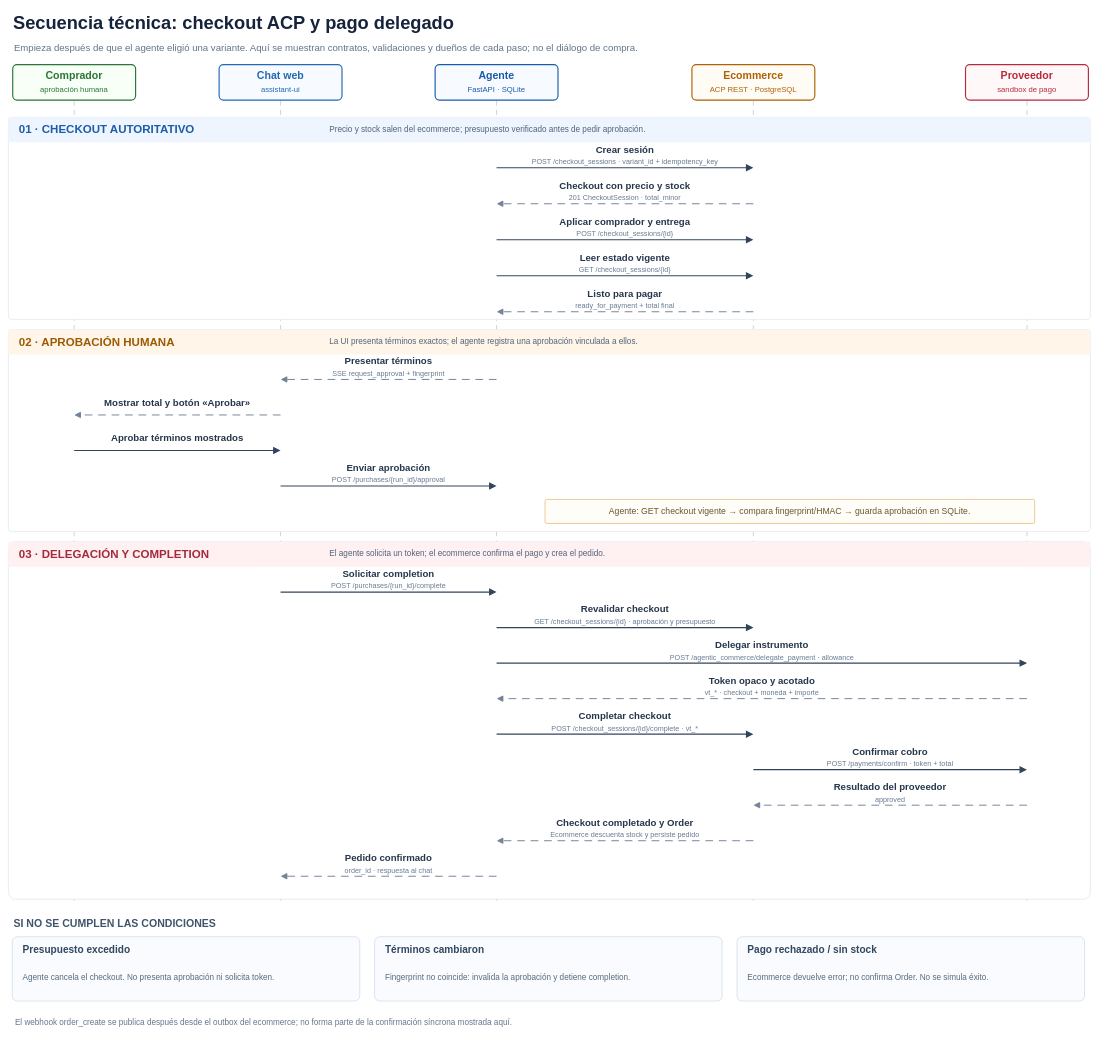
Before: docs/diagrams/checkout-protocol-sequence.drawio in Tesis-Agentes-Comerciales/tesis-commerce-agent, a draw.io diagram. Source tidied: cells renumbered, new cells numbered last; positions are measured from the earlier drawing's top-left corner, leaving out a move shared by most shapes. Both pictures are drawn from the tidied source at 48%, with x=0, y=0 at pixel (8, 8).
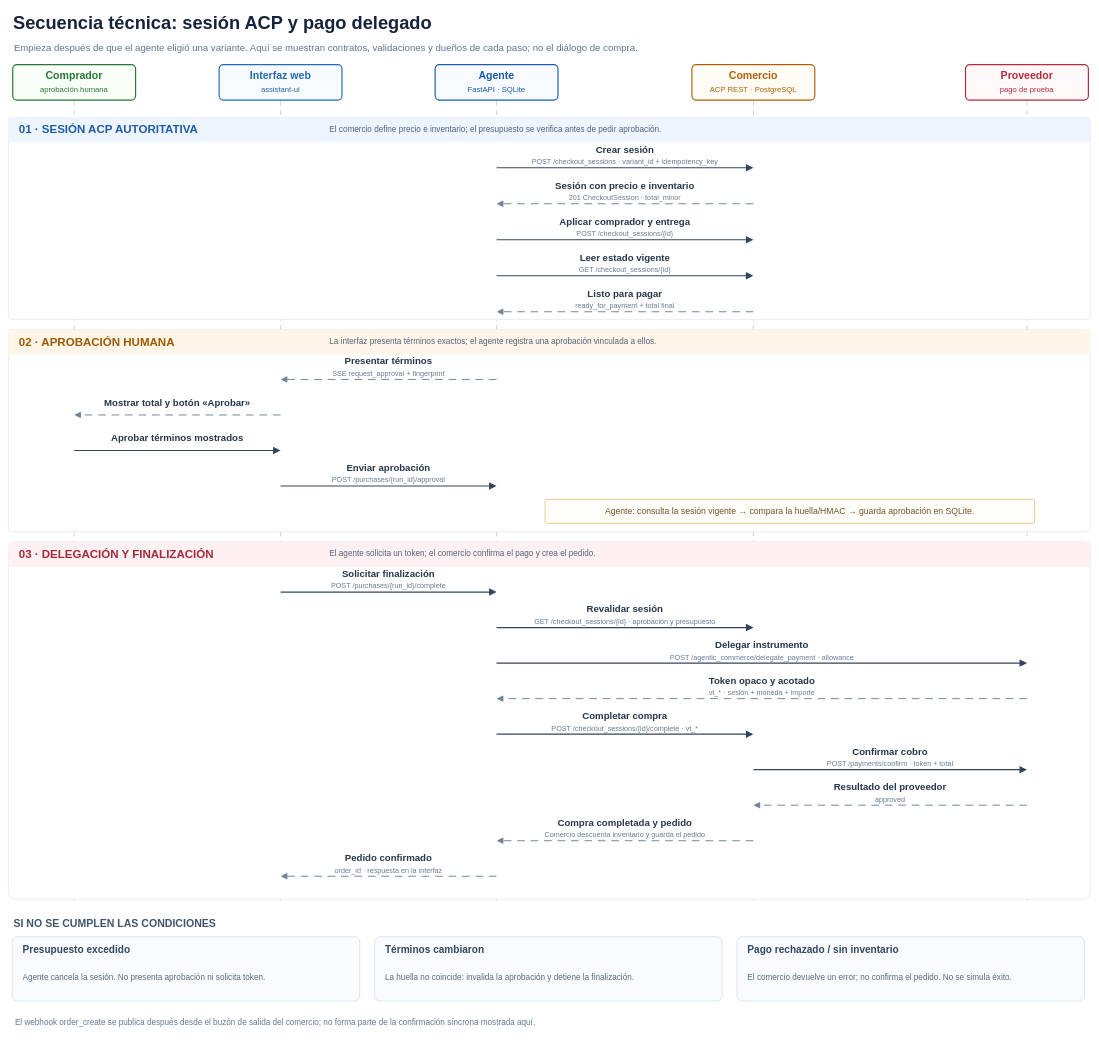
The same diagram, later.

Change to the diagram source:
```diff
@@
-    <mxCell id="2" value="&lt;b&gt;Secuencia técnica: checkout ACP y pago delegado&lt;/b&gt;" style="text;html=1;whiteSpace=wrap;fillColor=none;strokeColor=none;align=left;verticalAlign=middle;fontFamily=Helvetica;fontSize=38;fontColor=#15243a;" parent="1" vertex="1">
+    <mxCell id="2" value="&lt;b&gt;Secuencia técnica: sesión ACP y pago delegado&lt;/b&gt;" style="text;html=1;whiteSpace=wrap;fillColor=none;strokeColor=none;align=left;verticalAlign=middle;fontFamily=Helvetica;fontSize=38;fontColor=#15243a;" parent="1" vertex="1">
       <mxGeometry x="8" width="2100" height="59" as="geometry" />
     </mxCell>
@@
-    <mxCell id="10" value="&lt;b&gt;Chat web&lt;/b&gt;&lt;br/&gt;&lt;font style=&quot;font-size:16px&quot;&gt;assistant-ui&lt;/font&gt;" style="rounded=1;arcSize=12;html=1;whiteSpace=wrap;align=center;verticalAlign=middle;strokeColor=#2269b3;strokeWidth=2.4;fillColor=#f7fbff;fontColor=#2269b3;fontSize=22;fontFamily=Helvetica;" parent="1" vertex="1">
+    <mxCell id="10" value="&lt;b&gt;Interfaz web&lt;/b&gt;&lt;br/&gt;&lt;font style=&quot;font-size:16px&quot;&gt;assistant-ui&lt;/font&gt;" style="rounded=1;arcSize=12;html=1;whiteSpace=wrap;align=center;verticalAlign=middle;strokeColor=#2269b3;strokeWidth=2.4;fillColor=#f7fbff;fontColor=#2269b3;fontSize=22;fontFamily=Helvetica;" parent="1" vertex="1">
       <mxGeometry x="439" y="117" width="256" height="74" as="geometry" />
     </mxCell>
@@
-    <mxCell id="12" value="&lt;b&gt;Ecommerce&lt;/b&gt;&lt;br/&gt;&lt;font style=&quot;font-size:16px&quot;&gt;ACP REST · PostgreSQL&lt;/font&gt;" style="rounded=1;arcSize=12;html=1;whiteSpace=wrap;align=center;verticalAlign=middle;strokeColor=#ae6205;strokeWidth=2.4;fillColor=#fffbf5;fontColor=#ae6205;fontSize=22;fontFamily=Helvetica;" parent="1" vertex="1">
+    <mxCell id="12" value="&lt;b&gt;Comercio&lt;/b&gt;&lt;br/&gt;&lt;font style=&quot;font-size:16px&quot;&gt;ACP REST · PostgreSQL&lt;/font&gt;" style="rounded=1;arcSize=12;html=1;whiteSpace=wrap;align=center;verticalAlign=middle;strokeColor=#ae6205;strokeWidth=2.4;fillColor=#fffbf5;fontColor=#ae6205;fontSize=22;fontFamily=Helvetica;" parent="1" vertex="1">
       <mxGeometry x="1424" y="117" width="256" height="74" as="geometry" />
     </mxCell>
-    <mxCell id="13" value="&lt;b&gt;Proveedor&lt;/b&gt;&lt;br/&gt;&lt;font style=&quot;font-size:16px&quot;&gt;sandbox de pago&lt;/font&gt;" style="rounded=1;arcSize=12;html=1;whiteSpace=wrap;align=center;verticalAlign=middle;strokeColor=#b52b3d;strokeWidth=2.4;fillColor=#fff8f9;fontColor=#b52b3d;fontSize=22;fontFamily=Helvetica;" parent="1" vertex="1">
+    <mxCell id="13" value="&lt;b&gt;Proveedor&lt;/b&gt;&lt;br/&gt;&lt;font style=&quot;font-size:16px&quot;&gt;pago de prueba&lt;/font&gt;" style="rounded=1;arcSize=12;html=1;whiteSpace=wrap;align=center;verticalAlign=middle;strokeColor=#b52b3d;strokeWidth=2.4;fillColor=#fff8f9;fontColor=#b52b3d;fontSize=22;fontFamily=Helvetica;" parent="1" vertex="1">
       <mxGeometry x="1994" y="117" width="256" height="74" as="geometry" />
     </mxCell>
@@
-    <mxCell id="16" value="&lt;b&gt;01 · CHECKOUT AUTORITATIVO&lt;/b&gt;" style="text;html=1;whiteSpace=wrap;fillColor=none;strokeColor=none;align=left;verticalAlign=middle;fontFamily=Helvetica;fontSize=24;fontColor=#1d5ca8;" parent="1" vertex="1">
+    <mxCell id="16" value="&lt;b&gt;01 · SESIÓN ACP AUTORITATIVA&lt;/b&gt;" style="text;html=1;whiteSpace=wrap;fillColor=none;strokeColor=none;align=left;verticalAlign=middle;fontFamily=Helvetica;fontSize=24;fontColor=#1d5ca8;" parent="1" vertex="1">
       <mxGeometry x="20" y="234" width="650" height="38" as="geometry" />
     </mxCell>
-    <mxCell id="17" value="Precio y stock salen del ecommerce; presupuesto verificado antes de pedir aprobación." style="text;html=1;whiteSpace=wrap;fillColor=none;strokeColor=none;align=left;verticalAlign=middle;fontFamily=Helvetica;fontSize=17;fontColor=#50647a;" parent="1" vertex="1">
+    <mxCell id="17" value="El comercio define precio e inventario; el presupuesto se verifica antes de pedir aprobación." style="text;html=1;whiteSpace=wrap;fillColor=none;strokeColor=none;align=left;verticalAlign=middle;fontFamily=Helvetica;fontSize=17;fontColor=#50647a;" parent="1" vertex="1">
       <mxGeometry x="667" y="235" width="1550" height="35" as="geometry" />
     </mxCell>
@@
-    <mxCell id="21" value="La UI presenta términos exactos; el agente registra una aprobación vinculada a ellos." style="text;html=1;whiteSpace=wrap;fillColor=none;strokeColor=none;align=left;verticalAlign=middle;fontFamily=Helvetica;fontSize=17;fontColor=#50647a;" parent="1" vertex="1">
+    <mxCell id="21" value="La interfaz presenta términos exactos; el agente registra una aprobación vinculada a ellos." style="text;html=1;whiteSpace=wrap;fillColor=none;strokeColor=none;align=left;verticalAlign=middle;fontFamily=Helvetica;fontSize=17;fontColor=#50647a;" parent="1" vertex="1">
       <mxGeometry x="667" y="677" width="1550" height="35" as="geometry" />
     </mxCell>
@@
-    <mxCell id="24" value="&lt;b&gt;03 · DELEGACIÓN Y COMPLETION&lt;/b&gt;" style="text;html=1;whiteSpace=wrap;fillColor=none;strokeColor=none;align=left;verticalAlign=middle;fontFamily=Helvetica;fontSize=24;fontColor=#a42a3b;" parent="1" vertex="1">
+    <mxCell id="24" value="&lt;b&gt;03 · DELEGACIÓN Y FINALIZACIÓN&lt;/b&gt;" style="text;html=1;whiteSpace=wrap;fillColor=none;strokeColor=none;align=left;verticalAlign=middle;fontFamily=Helvetica;fontSize=24;fontColor=#a42a3b;" parent="1" vertex="1">
       <mxGeometry x="20" y="1118" width="650" height="38" as="geometry" />
     </mxCell>
-    <mxCell id="25" value="El agente solicita un token; el ecommerce confirma el pago y crea el pedido." style="text;html=1;whiteSpace=wrap;fillColor=none;strokeColor=none;align=left;verticalAlign=middle;fontFamily=Helvetica;fontSize=17;fontColor=#50647a;" parent="1" vertex="1">
+    <mxCell id="25" value="El agente solicita un token; el comercio confirma el pago y crea el pedido." style="text;html=1;whiteSpace=wrap;fillColor=none;strokeColor=none;align=left;verticalAlign=middle;fontFamily=Helvetica;fontSize=17;fontColor=#50647a;" parent="1" vertex="1">
       <mxGeometry x="667" y="1119" width="1550" height="35" as="geometry" />
     </mxCell>
@@
-    <mxCell id="29" value="&lt;b&gt;Checkout con precio y stock&lt;/b&gt;&lt;br/&gt;&lt;font style=&quot;font-size:15px;color:#687b91&quot;&gt;201 CheckoutSession · total_minor&lt;/font&gt;" style="text;html=1;whiteSpace=wrap;fillColor=none;strokeColor=none;align=center;verticalAlign=middle;fontFamily=Helvetica;fontSize=20;fontColor=#26364b;" parent="1" vertex="1">
+    <mxCell id="29" value="&lt;b&gt;Sesión con precio e inventario&lt;/b&gt;&lt;br/&gt;&lt;font style=&quot;font-size:15px;color:#687b91&quot;&gt;201 CheckoutSession · total_minor&lt;/font&gt;" style="text;html=1;whiteSpace=wrap;fillColor=none;strokeColor=none;align=center;verticalAlign=middle;fontFamily=Helvetica;fontSize=20;fontColor=#26364b;" parent="1" vertex="1">
       <mxGeometry x="1032" y="358" width="505" height="44" as="geometry" />
     </mxCell>
@@
-    <mxCell id="44" value="Agente: GET checkout vigente → compara fingerprint/HMAC → guarda aprobación en SQLite." style="rounded=1;arcSize=6;html=1;whiteSpace=wrap;align=center;verticalAlign=middle;strokeColor=#e8bd7a;strokeWidth=1.6;fillColor=#fffdf7;fontColor=#69552f;fontSize=18;fontFamily=Helvetica;" parent="1" vertex="1">
+    <mxCell id="44" value="Agente: consulta la sesión vigente → compara la huella/HMAC → guarda aprobación en SQLite." style="rounded=1;arcSize=6;html=1;whiteSpace=wrap;align=center;verticalAlign=middle;strokeColor=#e8bd7a;strokeWidth=1.6;fillColor=#fffdf7;fontColor=#69552f;fontSize=18;fontFamily=Helvetica;" parent="1" vertex="1">
       <mxGeometry x="1118" y="1023" width="1020" height="50" as="geometry" />
     </mxCell>
@@
-    <mxCell id="46" value="&lt;b&gt;Solicitar completion&lt;/b&gt;&lt;br/&gt;&lt;font style=&quot;font-size:15px;color:#687b91&quot;&gt;POST /purchases/{run_id}/complete&lt;/font&gt;" style="text;html=1;whiteSpace=wrap;fillColor=none;strokeColor=none;align=center;verticalAlign=middle;fontFamily=Helvetica;fontSize=20;fontColor=#26364b;" parent="1" vertex="1">
+    <mxCell id="46" value="&lt;b&gt;Solicitar finalización&lt;/b&gt;&lt;br/&gt;&lt;font style=&quot;font-size:15px;color:#687b91&quot;&gt;POST /purchases/{run_id}/complete&lt;/font&gt;" style="text;html=1;whiteSpace=wrap;fillColor=none;strokeColor=none;align=center;verticalAlign=middle;fontFamily=Helvetica;fontSize=20;fontColor=#26364b;" parent="1" vertex="1">
       <mxGeometry x="582" y="1167" width="420" height="44" as="geometry" />
     </mxCell>
@@
-    <mxCell id="48" value="&lt;b&gt;Revalidar checkout&lt;/b&gt;&lt;br/&gt;&lt;font style=&quot;font-size:15px;color:#687b91&quot;&gt;GET /checkout_sessions/{id} · aprobación y presupuesto&lt;/font&gt;" style="text;html=1;whiteSpace=wrap;fillColor=none;strokeColor=none;align=center;verticalAlign=middle;fontFamily=Helvetica;fontSize=20;fontColor=#26364b;" parent="1" vertex="1">
+    <mxCell id="48" value="&lt;b&gt;Revalidar sesión&lt;/b&gt;&lt;br/&gt;&lt;font style=&quot;font-size:15px;color:#687b91&quot;&gt;GET /checkout_sessions/{id} · aprobación y presupuesto&lt;/font&gt;" style="text;html=1;whiteSpace=wrap;fillColor=none;strokeColor=none;align=center;verticalAlign=middle;fontFamily=Helvetica;fontSize=20;fontColor=#26364b;" parent="1" vertex="1">
       <mxGeometry x="1032" y="1241" width="505" height="44" as="geometry" />
     </mxCell>
@@
-    <mxCell id="52" value="&lt;b&gt;Token opaco y acotado&lt;/b&gt;&lt;br/&gt;&lt;font style=&quot;font-size:15px;color:#687b91&quot;&gt;vt_* · checkout + moneda + importe&lt;/font&gt;" style="text;html=1;whiteSpace=wrap;fillColor=none;strokeColor=none;align=center;verticalAlign=middle;fontFamily=Helvetica;fontSize=20;fontColor=#26364b;" parent="1" vertex="1">
+    <mxCell id="52" value="&lt;b&gt;Token opaco y acotado&lt;/b&gt;&lt;br/&gt;&lt;font style=&quot;font-size:15px;color:#687b91&quot;&gt;vt_* · sesión + moneda + importe&lt;/font&gt;" style="text;html=1;whiteSpace=wrap;fillColor=none;strokeColor=none;align=center;verticalAlign=middle;fontFamily=Helvetica;fontSize=20;fontColor=#26364b;" parent="1" vertex="1">
       <mxGeometry x="1224.5" y="1389" width="690" height="44" as="geometry" />
     </mxCell>
@@
-    <mxCell id="54" value="&lt;b&gt;Completar checkout&lt;/b&gt;&lt;br/&gt;&lt;font style=&quot;font-size:15px;color:#687b91&quot;&gt;POST /checkout_sessions/{id}/complete · vt_*&lt;/font&gt;" style="text;html=1;whiteSpace=wrap;fillColor=none;strokeColor=none;align=center;verticalAlign=middle;fontFamily=Helvetica;fontSize=20;fontColor=#26364b;" parent="1" vertex="1">
+    <mxCell id="54" value="&lt;b&gt;Completar compra&lt;/b&gt;&lt;br/&gt;&lt;font style=&quot;font-size:15px;color:#687b91&quot;&gt;POST /checkout_sessions/{id}/complete · vt_*&lt;/font&gt;" style="text;html=1;whiteSpace=wrap;fillColor=none;strokeColor=none;align=center;verticalAlign=middle;fontFamily=Helvetica;fontSize=20;fontColor=#26364b;" parent="1" vertex="1">
       <mxGeometry x="1032" y="1463" width="505" height="44" as="geometry" />
     </mxCell>
@@
-    <mxCell id="60" value="&lt;b&gt;Checkout completado y Order&lt;/b&gt;&lt;br/&gt;&lt;font style=&quot;font-size:15px;color:#687b91&quot;&gt;Ecommerce descuenta stock y persiste pedido&lt;/font&gt;" style="text;html=1;whiteSpace=wrap;fillColor=none;strokeColor=none;align=center;verticalAlign=middle;fontFamily=Helvetica;fontSize=20;fontColor=#26364b;" parent="1" vertex="1">
+    <mxCell id="60" value="&lt;b&gt;Compra completada y pedido&lt;/b&gt;&lt;br/&gt;&lt;font style=&quot;font-size:15px;color:#687b91&quot;&gt;Comercio descuenta inventario y guarda el pedido&lt;/font&gt;" style="text;html=1;whiteSpace=wrap;fillColor=none;strokeColor=none;align=center;verticalAlign=middle;fontFamily=Helvetica;fontSize=20;fontColor=#26364b;" parent="1" vertex="1">
       <mxGeometry x="1032" y="1685" width="505" height="44" as="geometry" />
     </mxCell>
@@
-    <mxCell id="62" value="&lt;b&gt;Pedido confirmado&lt;/b&gt;&lt;br/&gt;&lt;font style=&quot;font-size:15px;color:#687b91&quot;&gt;order_id · respuesta al chat&lt;/font&gt;" style="text;html=1;whiteSpace=wrap;fillColor=none;strokeColor=none;align=center;verticalAlign=middle;fontFamily=Helvetica;fontSize=20;fontColor=#26364b;" parent="1" vertex="1">
+    <mxCell id="62" value="&lt;b&gt;Pedido confirmado&lt;/b&gt;&lt;br/&gt;&lt;font style=&quot;font-size:15px;color:#687b91&quot;&gt;order_id · respuesta en la interfaz&lt;/font&gt;" style="text;html=1;whiteSpace=wrap;fillColor=none;strokeColor=none;align=center;verticalAlign=middle;fontFamily=Helvetica;fontSize=20;fontColor=#26364b;" parent="1" vertex="1">
       <mxGeometry x="582" y="1759" width="420" height="44" as="geometry" />
     </mxCell>
@@
-    <mxCell id="66" value="Agente cancela el checkout. No presenta aprobación ni solicita token." style="text;html=1;whiteSpace=wrap;fillColor=none;strokeColor=none;align=left;verticalAlign=middle;fontFamily=Helvetica;fontSize=17;fontColor=#586b7d;" parent="1" vertex="1">
+    <mxCell id="66" value="Agente cancela la sesión. No presenta aprobación ni solicita token." style="text;html=1;whiteSpace=wrap;fillColor=none;strokeColor=none;align=left;verticalAlign=middle;fontFamily=Helvetica;fontSize=17;fontColor=#586b7d;" parent="1" vertex="1">
       <mxGeometry x="28" y="1983" width="680" height="72" as="geometry" />
     </mxCell>
@@
-    <mxCell id="69" value="Fingerprint no coincide: invalida la aprobación y detiene completion." style="text;html=1;whiteSpace=wrap;fillColor=none;strokeColor=none;align=left;verticalAlign=middle;fontFamily=Helvetica;fontSize=17;fontColor=#586b7d;" parent="1" vertex="1">
+    <mxCell id="69" value="La huella no coincide: invalida la aprobación y detiene la finalización." style="text;html=1;whiteSpace=wrap;fillColor=none;strokeColor=none;align=left;verticalAlign=middle;fontFamily=Helvetica;fontSize=17;fontColor=#586b7d;" parent="1" vertex="1">
       <mxGeometry x="783" y="1983" width="680" height="72" as="geometry" />
     </mxCell>
@@
-    <mxCell id="71" value="&lt;b&gt;Pago rechazado / sin stock&lt;/b&gt;" style="text;html=1;whiteSpace=wrap;fillColor=none;strokeColor=none;align=left;verticalAlign=middle;fontFamily=Helvetica;fontSize=21;fontColor=#304860;" parent="1" vertex="1">
+    <mxCell id="71" value="&lt;b&gt;Pago rechazado / sin inventario&lt;/b&gt;" style="text;html=1;whiteSpace=wrap;fillColor=none;strokeColor=none;align=left;verticalAlign=middle;fontFamily=Helvetica;fontSize=21;fontColor=#304860;" parent="1" vertex="1">
       <mxGeometry x="1538" y="1946" width="680" height="30" as="geometry" />
     </mxCell>
-    <mxCell id="72" value="Ecommerce devuelve error; no confirma Order. No se simula éxito." style="text;html=1;whiteSpace=wrap;fillColor=none;strokeColor=none;align=left;verticalAlign=middle;fontFamily=Helvetica;fontSize=17;fontColor=#586b7d;" parent="1" vertex="1">
+    <mxCell id="72" value="El comercio devuelve un error; no confirma el pedido. No se simula éxito." style="text;html=1;whiteSpace=wrap;fillColor=none;strokeColor=none;align=left;verticalAlign=middle;fontFamily=Helvetica;fontSize=17;fontColor=#586b7d;" parent="1" vertex="1">
       <mxGeometry x="1538" y="1983" width="680" height="72" as="geometry" />
     </mxCell>
-    <mxCell id="73" value="El webhook order_create se publica después desde el outbox del ecommerce; no forma parte de la confirmación síncrona mostrada aquí." style="text;html=1;whiteSpace=wrap;fillColor=none;strokeColor=none;align=left;verticalAlign=middle;fontFamily=Helvetica;fontSize=17;fontColor=#65778c;" parent="1" vertex="1">
+    <mxCell id="73" value="El webhook order_create se publica después desde el buzón de salida del comercio; no forma parte de la confirmación síncrona mostrada aquí." style="text;html=1;whiteSpace=wrap;fillColor=none;strokeColor=none;align=left;verticalAlign=middle;fontFamily=Helvetica;fontSize=17;fontColor=#65778c;" parent="1" vertex="1">
       <mxGeometry x="12" y="2092" width="2220" height="44" as="geometry" />
     </mxCell>
```
